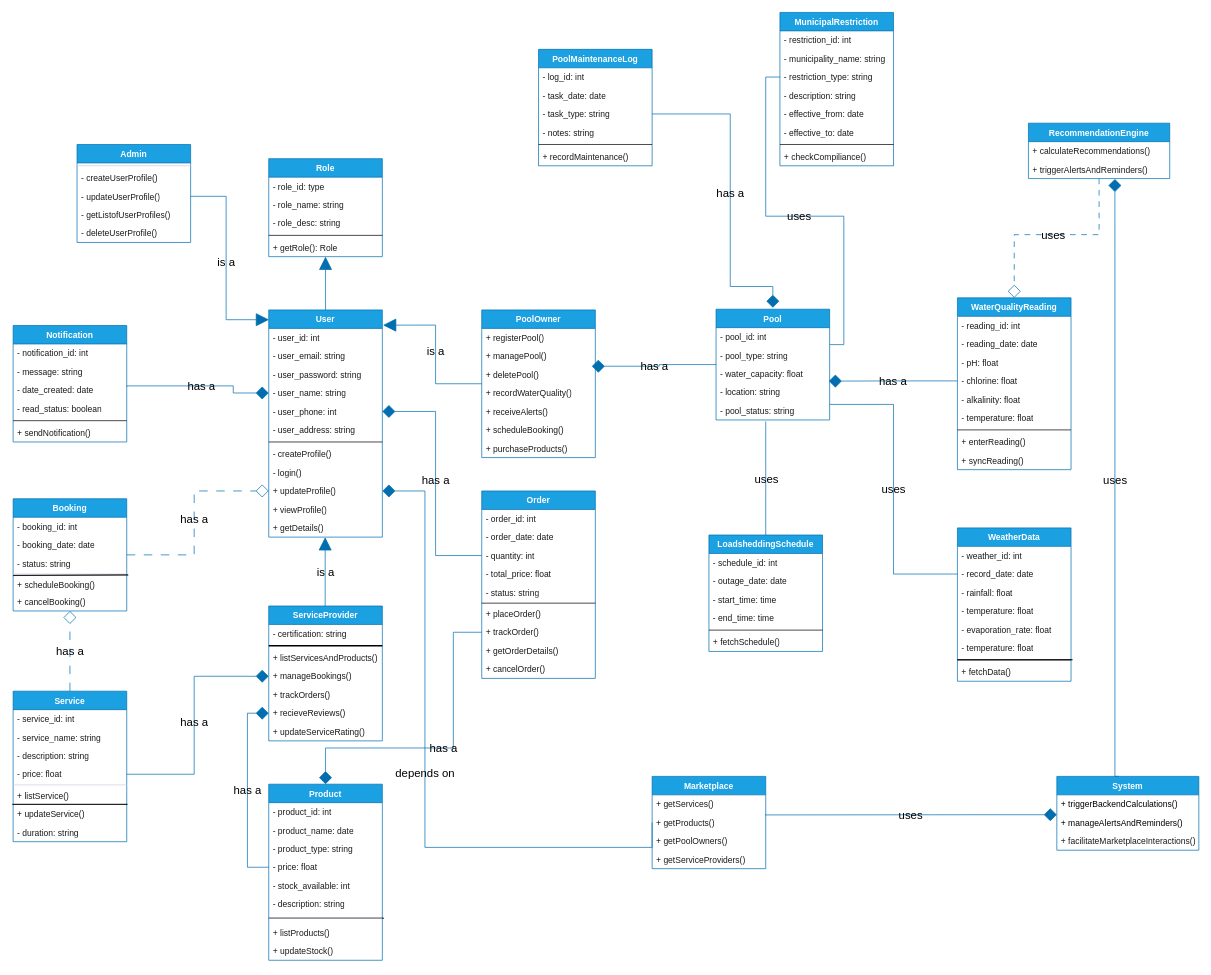
LRedpathZA/IT-Project keeps this draw.io diagram as Design/UML Diagram - Copy.drawio. Above is the earlier version. Source tidied: cells renumbered, new cells numbered last; positions are measured from the earlier drawing's top-left corner, leaving out a move shared by most shapes. Both pictures are drawn from the tidied source at 71%, with x=0, y=0 at pixel (12, 12).
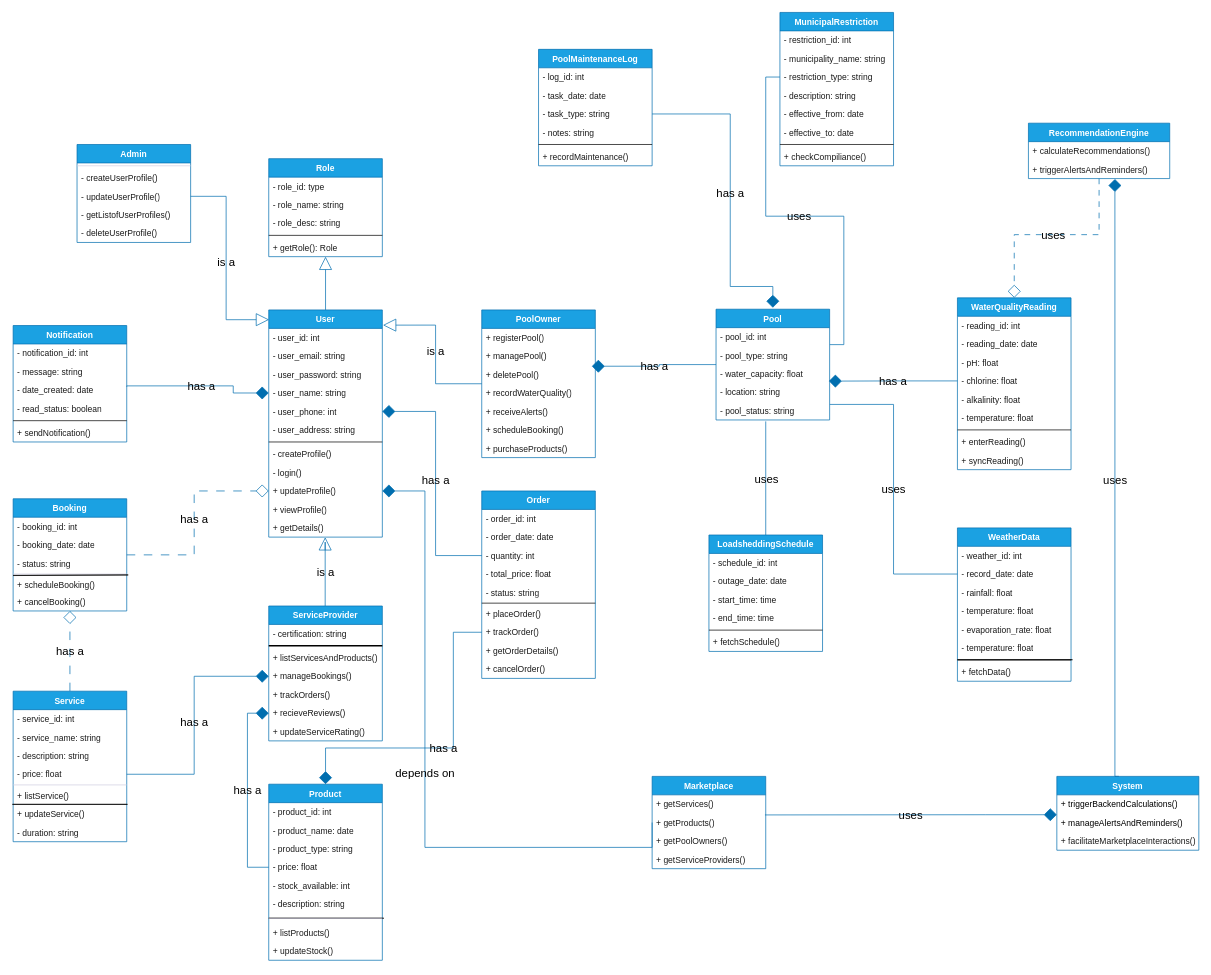
The same page after the edit.

Commit message (it also covers changes not shown here):
Updated UML + ERD

The change refers to these unchanged cells:
```xml
<mxCell id="7" value="+ getRole(): Role" style="text;strokeColor=none;fillColor=none;align=left;verticalAlign=top;spacingLeft=4;spacingRight=4;overflow=hidden;points=[[0,0.5],[1,0.5]];portConstraint=eastwest;whiteSpace=wrap;html=1;labelBackgroundColor=none;fontColor=#1A1A1A;" parent="2" vertex="1">
  <mxGeometry y="112" width="160" height="26" as="geometry" />
</mxCell>
<mxCell id="8" value="User" style="swimlane;fontStyle=1;align=center;verticalAlign=top;horizontal=1;startSize=26;whiteSpace=wrap;html=1;labelBackgroundColor=none;fillColor=#1ba1e2;strokeColor=#006EAF;fontColor=#ffffff;" parent="1" vertex="1">
  <mxGeometry x="361" y="419" width="160" height="320" as="geometry" />
</mxCell>
<mxCell id="20" value="+ getDetails()" style="text;strokeColor=none;fillColor=none;align=left;verticalAlign=top;spacingLeft=4;spacingRight=4;overflow=hidden;points=[[0,0.5],[1,0.5]];portConstraint=eastwest;whiteSpace=wrap;html=1;labelBackgroundColor=none;fontColor=#1A1A1A;" parent="8" vertex="1">
  <mxGeometry y="294" width="160" height="26" as="geometry" />
</mxCell>
<mxCell id="21" value="ServiceProvider" style="swimlane;fontStyle=1;align=center;verticalAlign=top;horizontal=1;startSize=26;whiteSpace=wrap;html=1;labelBackgroundColor=none;fillColor=#1ba1e2;strokeColor=#006EAF;fontColor=#ffffff;" parent="1" vertex="1">
  <mxGeometry x="361" y="836" width="160" height="190" as="geometry" />
</mxCell>
<mxCell id="29" value="PoolOwner" style="swimlane;fontStyle=1;align=center;verticalAlign=top;horizontal=1;startSize=26;whiteSpace=wrap;html=1;labelBackgroundColor=none;fillColor=#1ba1e2;strokeColor=#006EAF;fontColor=#ffffff;" parent="1" vertex="1">
  <mxGeometry x="661" y="419" width="160" height="208" as="geometry" />
</mxCell>
<mxCell id="41" value="- updateUserProfile()" style="text;strokeColor=none;fillColor=none;align=left;verticalAlign=top;spacingLeft=4;spacingRight=4;overflow=hidden;points=[[0,0.5],[1,0.5]];portConstraint=eastwest;whiteSpace=wrap;html=1;labelBackgroundColor=none;fontColor=#1A1A1A;" parent="38" vertex="1">
  <mxGeometry y="60" width="160" height="26" as="geometry" />
</mxCell>
```

The edit, as a diff of the source:
```diff
@@
-    <mxCell id="37" style="edgeStyle=orthogonalEdgeStyle;rounded=0;jettySize=auto;html=1;entryX=0.5;entryY=1;entryDx=0;entryDy=0;entryPerimeter=0;startSize=16;endSize=16;endArrow=block;endFill=1;labelBackgroundColor=none;strokeColor=#006EAF;fontColor=default;fillColor=#1ba1e2;" parent="1" edge="1" source="8" target="7">
+    <mxCell id="37" style="edgeStyle=orthogonalEdgeStyle;rounded=0;jettySize=auto;html=1;entryX=0.5;entryY=1;entryDx=0;entryDy=0;entryPerimeter=0;startSize=16;endSize=16;endArrow=block;endFill=0;labelBackgroundColor=none;strokeColor=#006EAF;fontColor=default;fillColor=#1ba1e2;" parent="1" edge="1" source="8" target="7">
       <mxGeometry relative="1" as="geometry" />
     </mxCell>
@@
-    <mxCell id="44" value="is a" style="edgeStyle=orthogonalEdgeStyle;rounded=0;jettySize=auto;html=1;fontSize=16;startSize=16;endSize=16;endArrow=block;endFill=1;labelBackgroundColor=none;strokeColor=#006EAF;fontColor=default;fillColor=#1ba1e2;entryX=0.497;entryY=1.005;entryDx=0;entryDy=0;entryPerimeter=0;" parent="1" edge="1" source="21" target="20">
+    <mxCell id="44" value="is a" style="edgeStyle=orthogonalEdgeStyle;rounded=0;jettySize=auto;html=1;fontSize=16;startSize=16;endSize=16;endArrow=block;endFill=0;labelBackgroundColor=none;strokeColor=#006EAF;fontColor=default;fillColor=#1ba1e2;entryX=0.497;entryY=1.005;entryDx=0;entryDy=0;entryPerimeter=0;" parent="1" edge="1" source="21" target="20">
       <mxGeometry relative="1" as="geometry">
         <Array as="points">
           <mxPoint x="441" y="746" />
         </Array>
       </mxGeometry>
     </mxCell>
-    <mxCell id="45" value="&lt;font style=&quot;font-size: 16px;&quot;&gt;is a&lt;/font&gt;" style="edgeStyle=orthogonalEdgeStyle;rounded=0;jettySize=auto;html=1;entryX=1.006;entryY=0.067;entryDx=0;entryDy=0;entryPerimeter=0;startSize=16;endSize=16;endArrow=block;endFill=1;labelBackgroundColor=none;strokeColor=#006EAF;fontColor=default;fillColor=#1ba1e2;" parent="1" edge="1" source="29" target="8">
+    <mxCell id="45" value="&lt;font style=&quot;font-size: 16px;&quot;&gt;is a&lt;/font&gt;" style="edgeStyle=orthogonalEdgeStyle;rounded=0;jettySize=auto;html=1;entryX=1.006;entryY=0.067;entryDx=0;entryDy=0;entryPerimeter=0;startSize=16;endSize=16;endArrow=block;endFill=0;labelBackgroundColor=none;strokeColor=#006EAF;fontColor=default;fillColor=#1ba1e2;" parent="1" edge="1" source="29" target="8">
       <mxGeometry relative="1" as="geometry" />
     </mxCell>
@@
-    <mxCell id="160" value="is a" style="edgeStyle=orthogonalEdgeStyle;rounded=0;jettySize=auto;html=1;entryX=0.003;entryY=0.043;entryDx=0;entryDy=0;entryPerimeter=0;fontSize=16;startSize=16;endSize=16;endArrow=block;endFill=1;labelBackgroundColor=none;strokeColor=#006EAF;fontColor=default;fillColor=#1ba1e2;" parent="1" edge="1" source="41" target="8">
+    <mxCell id="160" value="is a" style="edgeStyle=orthogonalEdgeStyle;rounded=0;jettySize=auto;html=1;entryX=0.003;entryY=0.043;entryDx=0;entryDy=0;entryPerimeter=0;fontSize=16;startSize=16;endSize=16;endArrow=block;endFill=0;labelBackgroundColor=none;strokeColor=#006EAF;fontColor=default;fillColor=#1ba1e2;" parent="1" edge="1" source="41" target="8">
       <mxGeometry relative="1" as="geometry" />
     </mxCell>
```
